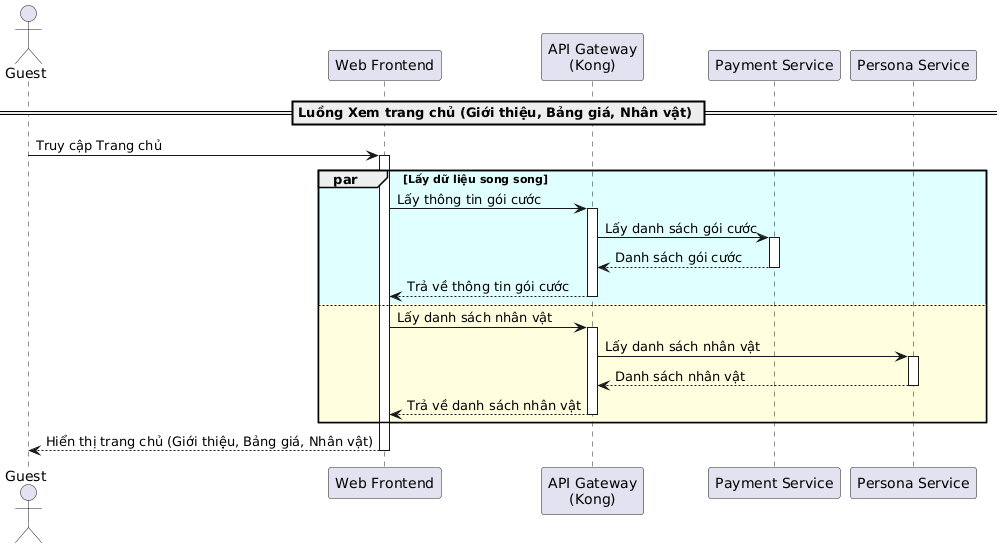
The PlantUML diagram temp/05-sequence/UML-Sequence-01.png in 20206205Tech/docs-uml, before a commit. The source it was exported from:
```plantuml
@startuml
actor "Guest" as Guest
participant "Web Frontend" as Frontend
participant "API Gateway\n(Kong)" as Gateway
participant "Payment Service" as PaymentService
participant "Persona Service" as PersonaService

== Luồng Xem trang chủ (Giới thiệu, Bảng giá, Nhân vật) ==
Guest -> Frontend: Truy cập Trang chủ
activate Frontend

par #LightCyan Lấy dữ liệu song song
    Frontend -> Gateway: Lấy thông tin gói cước
    activate Gateway
    Gateway -> PaymentService: Lấy danh sách gói cước
    activate PaymentService
    PaymentService --> Gateway: Danh sách gói cước
    deactivate PaymentService
    Gateway --> Frontend: Trả về thông tin gói cước
    deactivate Gateway
else #LightYellow
    Frontend -> Gateway: Lấy danh sách nhân vật
    activate Gateway
    Gateway -> PersonaService: Lấy danh sách nhân vật
    activate PersonaService
    PersonaService --> Gateway: Danh sách nhân vật
    deactivate PersonaService
    Gateway --> Frontend: Trả về danh sách nhân vật
    deactivate Gateway
end

Frontend --> Guest: Hiển thị trang chủ (Giới thiệu, Bảng giá, Nhân vật)
deactivate Frontend
@enduml
```
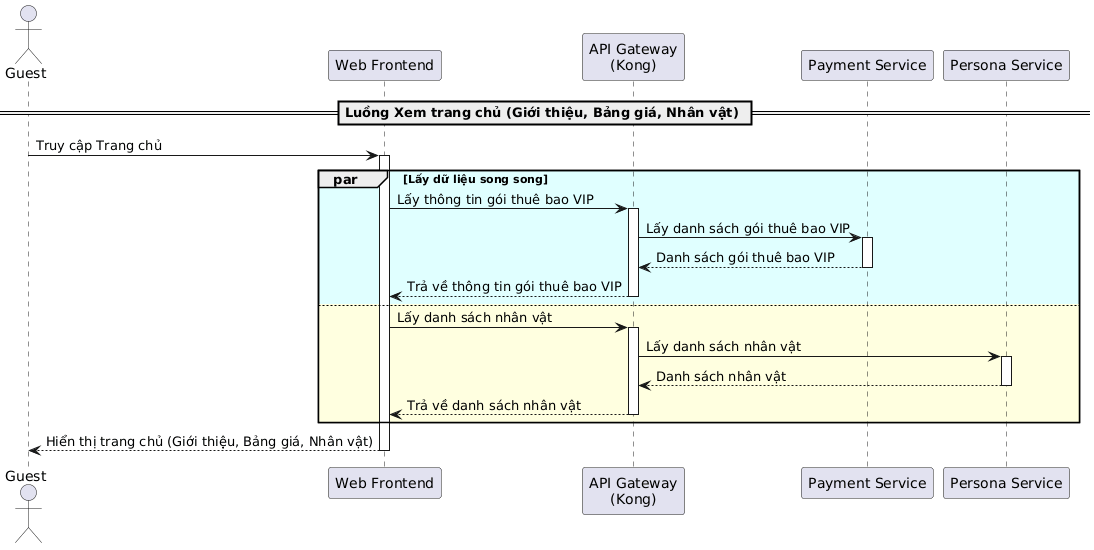
After the change.

Change to the diagram source:
```diff
@@ -10,13 +10,13 @@
 activate Frontend
 
 par #LightCyan Lấy dữ liệu song song
-    Frontend -> Gateway: Lấy thông tin gói cước
+    Frontend -> Gateway: Lấy thông tin gói thuê bao VIP
     activate Gateway
-    Gateway -> PaymentService: Lấy danh sách gói cước
+    Gateway -> PaymentService: Lấy danh sách gói thuê bao VIP
     activate PaymentService
-    PaymentService --> Gateway: Danh sách gói cước
+    PaymentService --> Gateway: Danh sách gói thuê bao VIP
     deactivate PaymentService
-    Gateway --> Frontend: Trả về thông tin gói cước
+    Gateway --> Frontend: Trả về thông tin gói thuê bao VIP
     deactivate Gateway
 else #LightYellow
     Frontend -> Gateway: Lấy danh sách nhân vật
```
